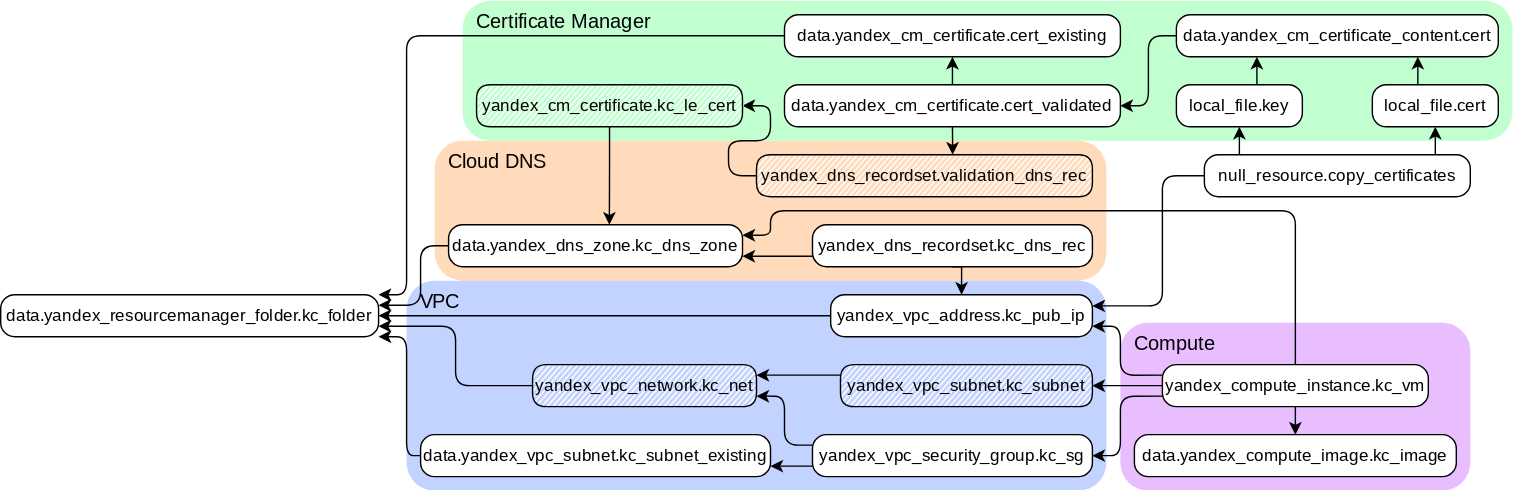
The draw.io diagram imgs/deploy.svg in maqmm/yc-coivm-federation, before a commit. Source tidied: cells renumbered, new cells last; positions are measured from the earlier drawing's top-left corner, leaving out a move shared by most shapes. Source of this version:
```xml
<mxGraphModel>
  <root>
    <mxCell id="0" />
    <mxCell id="1" parent="0" />
    <mxCell id="2" style="rounded=1;whiteSpace=wrap;html=1;strokeColor=none;fillColor=light-dark(#C147FF,#C147FF);opacity=35;arcSize=40;imageAspect=1;absoluteArcSize=1;" parent="1" vertex="1">
      <mxGeometry x="800" y="230" width="250" height="120" as="geometry" />
    </mxCell>
    <mxCell id="3" style="rounded=1;whiteSpace=wrap;html=1;strokeColor=none;fillColor=light-dark(#FF973D,#FF973D);opacity=35;absoluteArcSize=1;arcSize=40;" parent="1" vertex="1">
      <mxGeometry x="310" y="100" width="480" height="100" as="geometry" />
    </mxCell>
    <mxCell id="4" style="rounded=1;whiteSpace=wrap;html=1;strokeColor=none;fillColor=light-dark(#52FF78,#52FF78);opacity=35;fontFamily=Roboto;fontSource=https%3A%2F%2Ffonts.googleapis.com%2Fcss%3Ffamily%3DRoboto;absoluteArcSize=1;arcSize=40;" parent="1" vertex="1">
      <mxGeometry x="330" width="750" height="100" as="geometry" />
    </mxCell>
    <mxCell id="5" style="rounded=1;whiteSpace=wrap;html=1;strokeColor=none;fillColor=light-dark(#5282FF,#5282FF);opacity=35;arcSize=40;absoluteArcSize=1;" parent="1" vertex="1">
      <mxGeometry x="290" y="200" width="500" height="150" as="geometry" />
    </mxCell>
    <mxCell id="6" value="&lt;font face=&quot;Roboto&quot;&gt;data.yandex_resourcemanager_folder.kc_folder&lt;/font&gt;" style="rounded=1;whiteSpace=wrap;html=1;arcSize=20;absoluteArcSize=1;" parent="1" vertex="1">
      <mxGeometry y="210" width="270" height="30" as="geometry" />
    </mxCell>
    <mxCell id="7" value="&lt;font face=&quot;Roboto&quot;&gt;data.yandex_compute_image.kc_image&lt;/font&gt;" style="rounded=1;whiteSpace=wrap;html=1;fillColor=default;absoluteArcSize=1;arcSize=20;" parent="1" vertex="1">
      <mxGeometry x="810" y="310" width="230" height="30" as="geometry" />
    </mxCell>
    <mxCell id="8" style="edgeStyle=orthogonalEdgeStyle;rounded=1;jettySize=auto;html=1;exitX=0;exitY=0.5;exitDx=0;exitDy=0;entryX=1;entryY=0.75;entryDx=0;entryDy=0;curved=0;" parent="1" edge="1" source="9" target="6">
      <mxGeometry relative="1" as="geometry" />
    </mxCell>
    <mxCell id="9" value="&lt;font face=&quot;Roboto&quot;&gt;yandex_vpc_network.kc_net&lt;/font&gt;" style="rounded=1;whiteSpace=wrap;html=1;fillStyle=hatch;sketch=1;curveFitting=1;jiggle=0;hachureGap=3;fillWeight=1;absoluteArcSize=1;arcSize=20;" parent="1" vertex="1">
      <mxGeometry x="380" y="260" width="160" height="30" as="geometry" />
    </mxCell>
    <mxCell id="10" style="edgeStyle=orthogonalEdgeStyle;rounded=1;jettySize=auto;html=1;exitX=0;exitY=0.5;exitDx=0;exitDy=0;entryX=1;entryY=1;entryDx=0;entryDy=0;curved=0;" parent="1" edge="1" source="11" target="6">
      <mxGeometry relative="1" as="geometry">
        <Array as="points">
          <mxPoint x="290" y="325" />
          <mxPoint x="290" y="240" />
        </Array>
      </mxGeometry>
    </mxCell>
    <mxCell id="11" value="&lt;font face=&quot;Roboto&quot;&gt;data.yandex_vpc_subnet.kc_subnet_existing&lt;/font&gt;" style="rounded=1;whiteSpace=wrap;html=1;absoluteArcSize=1;arcSize=20;" parent="1" vertex="1">
      <mxGeometry x="300" y="310" width="250" height="30" as="geometry" />
    </mxCell>
    <mxCell id="12" style="edgeStyle=orthogonalEdgeStyle;rounded=1;jettySize=auto;html=1;exitX=0;exitY=0.75;exitDx=0;exitDy=0;entryX=1;entryY=0.75;entryDx=0;entryDy=0;curved=0;" parent="1" edge="1" source="14" target="11">
      <mxGeometry relative="1" as="geometry" />
    </mxCell>
    <mxCell id="13" style="edgeStyle=orthogonalEdgeStyle;rounded=1;jettySize=auto;html=1;exitX=0;exitY=0.25;exitDx=0;exitDy=0;entryX=1;entryY=0.75;entryDx=0;entryDy=0;curved=0;" parent="1" edge="1" source="14" target="9">
      <mxGeometry relative="1" as="geometry" />
    </mxCell>
    <mxCell id="14" value="&lt;font face=&quot;Roboto&quot;&gt;yandex_vpc_security_group.kc_sg&lt;/font&gt;" style="rounded=1;whiteSpace=wrap;html=1;absoluteArcSize=1;arcSize=20;" parent="1" vertex="1">
      <mxGeometry x="580" y="310" width="200" height="30" as="geometry" />
    </mxCell>
    <mxCell id="15" style="edgeStyle=orthogonalEdgeStyle;rounded=1;jettySize=auto;html=1;exitX=0;exitY=0.25;exitDx=0;exitDy=0;entryX=1;entryY=0.25;entryDx=0;entryDy=0;curved=0;" parent="1" edge="1" source="16" target="9">
      <mxGeometry relative="1" as="geometry" />
    </mxCell>
    <mxCell id="16" value="&lt;font face=&quot;Roboto&quot;&gt;yandex_vpc_subnet.kc_subnet&lt;/font&gt;" style="rounded=1;whiteSpace=wrap;html=1;fillStyle=hatch;sketch=1;curveFitting=1;jiggle=0;hachureGap=3;fillWeight=1;absoluteArcSize=1;arcSize=20;" parent="1" vertex="1">
      <mxGeometry x="600" y="260" width="180" height="30" as="geometry" />
    </mxCell>
    <mxCell id="17" style="edgeStyle=orthogonalEdgeStyle;rounded=1;jettySize=auto;html=1;exitX=0;exitY=0.5;exitDx=0;exitDy=0;entryX=1;entryY=0.5;entryDx=0;entryDy=0;curved=0;" parent="1" edge="1" source="22" target="16">
      <mxGeometry relative="1" as="geometry" />
    </mxCell>
    <mxCell id="18" style="edgeStyle=orthogonalEdgeStyle;rounded=1;jettySize=auto;html=1;exitX=0;exitY=0.75;exitDx=0;exitDy=0;entryX=1;entryY=0.5;entryDx=0;entryDy=0;curved=0;" parent="1" edge="1" source="22" target="14">
      <mxGeometry relative="1" as="geometry">
        <Array as="points">
          <mxPoint x="800" y="283" />
          <mxPoint x="800" y="325" />
        </Array>
      </mxGeometry>
    </mxCell>
    <mxCell id="19" style="edgeStyle=orthogonalEdgeStyle;rounded=0;jettySize=auto;html=1;exitX=0.5;exitY=1;exitDx=0;exitDy=0;entryX=0.5;entryY=0;entryDx=0;entryDy=0;" parent="1" edge="1" source="22" target="7">
      <mxGeometry relative="1" as="geometry" />
    </mxCell>
    <mxCell id="20" style="edgeStyle=orthogonalEdgeStyle;rounded=1;jettySize=auto;html=1;exitX=0.5;exitY=0;exitDx=0;exitDy=0;entryX=1;entryY=0.25;entryDx=0;entryDy=0;curved=0;" parent="1" edge="1" source="22" target="26">
      <mxGeometry relative="1" as="geometry">
        <Array as="points">
          <mxPoint x="925" y="150" />
          <mxPoint x="550" y="150" />
          <mxPoint x="550" y="168" />
        </Array>
      </mxGeometry>
    </mxCell>
    <mxCell id="21" style="edgeStyle=orthogonalEdgeStyle;rounded=1;jettySize=auto;html=1;exitX=0;exitY=0.25;exitDx=0;exitDy=0;entryX=1;entryY=0.75;entryDx=0;entryDy=0;curved=0;" parent="1" edge="1" source="22" target="24">
      <mxGeometry relative="1" as="geometry">
        <Array as="points">
          <mxPoint x="800" y="268" />
          <mxPoint x="800" y="233" />
        </Array>
      </mxGeometry>
    </mxCell>
    <mxCell id="22" value="&lt;font face=&quot;Roboto&quot;&gt;yandex_compute_instance.kc_vm&lt;/font&gt;" style="rounded=1;whiteSpace=wrap;html=1;absoluteArcSize=1;arcSize=20;" parent="1" vertex="1">
      <mxGeometry x="830" y="260" width="190" height="30" as="geometry" />
    </mxCell>
    <mxCell id="23" style="edgeStyle=orthogonalEdgeStyle;rounded=0;jettySize=auto;html=1;exitX=0;exitY=0.5;exitDx=0;exitDy=0;entryX=1;entryY=0.5;entryDx=0;entryDy=0;" parent="1" edge="1" source="24" target="6">
      <mxGeometry relative="1" as="geometry" />
    </mxCell>
    <mxCell id="24" value="&lt;font face=&quot;Roboto&quot;&gt;yandex_vpc_address.kc_pub_ip&lt;/font&gt;" style="rounded=1;whiteSpace=wrap;html=1;absoluteArcSize=1;arcSize=20;" parent="1" vertex="1">
      <mxGeometry x="593" y="210" width="187" height="30" as="geometry" />
    </mxCell>
    <mxCell id="25" style="edgeStyle=orthogonalEdgeStyle;rounded=1;jettySize=auto;html=1;exitX=0;exitY=0.5;exitDx=0;exitDy=0;entryX=1;entryY=0.25;entryDx=0;entryDy=0;curved=0;" parent="1" edge="1" source="26" target="6">
      <mxGeometry relative="1" as="geometry">
        <Array as="points">
          <mxPoint x="300" y="175" />
          <mxPoint x="300" y="218" />
        </Array>
      </mxGeometry>
    </mxCell>
    <mxCell id="26" value="&lt;font face=&quot;Roboto&quot;&gt;data.yandex_dns_zone.kc_dns_zone&lt;/font&gt;" style="rounded=1;whiteSpace=wrap;html=1;absoluteArcSize=1;arcSize=20;" parent="1" vertex="1">
      <mxGeometry x="320" y="160" width="210" height="30" as="geometry" />
    </mxCell>
    <mxCell id="27" style="edgeStyle=orthogonalEdgeStyle;rounded=0;jettySize=auto;html=1;exitX=0.5;exitY=1;exitDx=0;exitDy=0;entryX=0.5;entryY=0;entryDx=0;entryDy=0;" parent="1" edge="1" source="29" target="24">
      <mxGeometry relative="1" as="geometry" />
    </mxCell>
    <mxCell id="28" style="edgeStyle=orthogonalEdgeStyle;rounded=1;jettySize=auto;html=1;exitX=0;exitY=0.75;exitDx=0;exitDy=0;entryX=1;entryY=0.75;entryDx=0;entryDy=0;curved=0;" parent="1" edge="1" source="29" target="26">
      <mxGeometry relative="1" as="geometry" />
    </mxCell>
    <mxCell id="29" value="&lt;font face=&quot;Roboto&quot;&gt;yandex_dns_recordset.kc_dns_rec&lt;/font&gt;" style="rounded=1;whiteSpace=wrap;html=1;absoluteArcSize=1;arcSize=20;" parent="1" vertex="1">
      <mxGeometry x="580" y="160" width="200" height="30" as="geometry" />
    </mxCell>
    <mxCell id="30" style="edgeStyle=orthogonalEdgeStyle;rounded=0;jettySize=auto;html=1;exitX=0.25;exitY=0;exitDx=0;exitDy=0;entryX=0.5;entryY=1;entryDx=0;entryDy=0;" parent="1" edge="1" source="33" target="37">
      <mxGeometry relative="1" as="geometry" />
    </mxCell>
    <mxCell id="31" style="edgeStyle=orthogonalEdgeStyle;rounded=0;jettySize=auto;html=1;exitX=0.75;exitY=0;exitDx=0;exitDy=0;entryX=0.5;entryY=1;entryDx=0;entryDy=0;" parent="1" edge="1" source="33" target="35">
      <mxGeometry relative="1" as="geometry" />
    </mxCell>
    <mxCell id="32" style="edgeStyle=orthogonalEdgeStyle;rounded=1;jettySize=auto;html=1;exitX=0;exitY=0.5;exitDx=0;exitDy=0;entryX=1;entryY=0.25;entryDx=0;entryDy=0;curved=0;" parent="1" edge="1" source="33" target="24">
      <mxGeometry relative="1" as="geometry">
        <Array as="points">
          <mxPoint x="830" y="125" />
          <mxPoint x="830" y="218" />
          <mxPoint x="780" y="218" />
        </Array>
      </mxGeometry>
    </mxCell>
    <mxCell id="33" value="&lt;font face=&quot;Roboto&quot;&gt;null_resource.copy_certificates&lt;/font&gt;" style="rounded=1;whiteSpace=wrap;html=1;absoluteArcSize=1;arcSize=20;" parent="1" vertex="1">
      <mxGeometry x="860" y="110" width="190" height="30" as="geometry" />
    </mxCell>
    <mxCell id="34" style="edgeStyle=orthogonalEdgeStyle;rounded=0;jettySize=auto;html=1;exitX=0.5;exitY=0;exitDx=0;exitDy=0;entryX=0.75;entryY=1;entryDx=0;entryDy=0;" parent="1" edge="1" source="35" target="39">
      <mxGeometry relative="1" as="geometry" />
    </mxCell>
    <mxCell id="35" value="&lt;font face=&quot;Roboto&quot;&gt;local_file.cert&lt;/font&gt;" style="rounded=1;whiteSpace=wrap;html=1;absoluteArcSize=1;arcSize=20;" parent="1" vertex="1">
      <mxGeometry x="980" y="60" width="90" height="30" as="geometry" />
    </mxCell>
    <mxCell id="36" style="edgeStyle=orthogonalEdgeStyle;rounded=0;jettySize=auto;html=1;exitX=0.5;exitY=0;exitDx=0;exitDy=0;entryX=0.25;entryY=1;entryDx=0;entryDy=0;" parent="1" edge="1" source="37" target="39">
      <mxGeometry relative="1" as="geometry" />
    </mxCell>
    <mxCell id="37" value="&lt;font face=&quot;Roboto&quot;&gt;local_file.key&lt;/font&gt;" style="rounded=1;whiteSpace=wrap;html=1;absoluteArcSize=1;arcSize=20;" parent="1" vertex="1">
      <mxGeometry x="840" y="60" width="90" height="30" as="geometry" />
    </mxCell>
    <mxCell id="38" style="edgeStyle=orthogonalEdgeStyle;rounded=1;jettySize=auto;html=1;exitX=0;exitY=0.5;exitDx=0;exitDy=0;entryX=1;entryY=0.5;entryDx=0;entryDy=0;curved=0;" parent="1" edge="1" source="39" target="41">
      <mxGeometry relative="1" as="geometry" />
    </mxCell>
    <mxCell id="39" value="&lt;font face=&quot;Roboto&quot;&gt;data.yandex_cm_certificate_content.cert&lt;/font&gt;" style="rounded=1;whiteSpace=wrap;html=1;absoluteArcSize=1;arcSize=20;" parent="1" vertex="1">
      <mxGeometry x="840" y="10" width="230" height="30" as="geometry" />
    </mxCell>
    <mxCell id="40" style="edgeStyle=orthogonalEdgeStyle;rounded=0;jettySize=auto;html=1;exitX=0.5;exitY=0;exitDx=0;exitDy=0;entryX=0.5;entryY=1;entryDx=0;entryDy=0;" parent="1" edge="1" source="41" target="46">
      <mxGeometry relative="1" as="geometry" />
    </mxCell>
    <mxCell id="41" value="&lt;font face=&quot;Roboto&quot;&gt;data.yandex_cm_certificate.cert_validated&lt;/font&gt;" style="rounded=1;whiteSpace=wrap;html=1;absoluteArcSize=1;arcSize=20;" parent="1" vertex="1">
      <mxGeometry x="560" y="60" width="240" height="30" as="geometry" />
    </mxCell>
    <mxCell id="42" style="edgeStyle=orthogonalEdgeStyle;rounded=1;jettySize=auto;html=1;exitX=0;exitY=0.5;exitDx=0;exitDy=0;entryX=1;entryY=0.5;entryDx=0;entryDy=0;curved=0;" parent="1" edge="1" source="43" target="44">
      <mxGeometry relative="1" as="geometry">
        <Array as="points">
          <mxPoint x="520" y="125" />
          <mxPoint x="520" y="100" />
          <mxPoint x="550" y="100" />
          <mxPoint x="550" y="75" />
        </Array>
      </mxGeometry>
    </mxCell>
    <mxCell id="43" value="&lt;font face=&quot;Roboto&quot;&gt;yandex_dns_recordset.validation_dns_rec&lt;/font&gt;" style="rounded=1;whiteSpace=wrap;html=1;fillStyle=hatch;sketch=1;curveFitting=1;jiggle=0;hachureGap=3;fillWeight=1;absoluteArcSize=1;arcSize=20;" parent="1" vertex="1">
      <mxGeometry x="540" y="110" width="240" height="30" as="geometry" />
    </mxCell>
    <mxCell id="44" value="&lt;font face=&quot;Roboto&quot;&gt;yandex_cm_certificate.kc_le_cert&lt;/font&gt;" style="rounded=1;whiteSpace=wrap;html=1;gradientColor=none;fillStyle=hatch;absoluteArcSize=1;fixDash=0;shadow=0;hachureGap=3;sketch=1;curveFitting=1;jiggle=0;fillWeight=1;arcSize=20;" parent="1" vertex="1">
      <mxGeometry x="340" y="60" width="190" height="30" as="geometry" />
    </mxCell>
    <mxCell id="45" style="edgeStyle=orthogonalEdgeStyle;rounded=1;jettySize=auto;html=1;exitX=0;exitY=0.5;exitDx=0;exitDy=0;entryX=1;entryY=0;entryDx=0;entryDy=0;curved=0;" parent="1" edge="1" source="46" target="6">
      <mxGeometry relative="1" as="geometry">
        <Array as="points">
          <mxPoint x="290" y="25" />
          <mxPoint x="290" y="210" />
        </Array>
      </mxGeometry>
    </mxCell>
    <mxCell id="46" value="&lt;font face=&quot;Roboto&quot;&gt;data.yandex_cm_certificate.cert_existing&lt;/font&gt;" style="rounded=1;whiteSpace=wrap;html=1;absoluteArcSize=1;arcSize=20;" parent="1" vertex="1">
      <mxGeometry x="560" y="10" width="240" height="30" as="geometry" />
    </mxCell>
    <mxCell id="47" value="&lt;font face=&quot;Roboto&quot; style=&quot;font-size: 14px;&quot;&gt;Certificate Manager&lt;/font&gt;" style="text;html=1;align=left;verticalAlign=middle;whiteSpace=wrap;rounded=0;fontFamily=Roboto;fontSource=https%3A%2F%2Ffonts.googleapis.com%2Fcss%3Ffamily%3DRoboto;spacingLeft=8;" parent="1" vertex="1">
      <mxGeometry x="330" width="150" height="30" as="geometry" />
    </mxCell>
    <mxCell id="48" value="&lt;font face=&quot;Roboto&quot; style=&quot;font-size: 14px;&quot;&gt;Cloud DNS&lt;/font&gt;" style="text;html=1;align=left;verticalAlign=middle;whiteSpace=wrap;rounded=0;fontFamily=Roboto;fontSource=https%3A%2F%2Ffonts.googleapis.com%2Fcss%3Ffamily%3DRoboto;spacingLeft=8;" parent="1" vertex="1">
      <mxGeometry x="310" y="100" width="90" height="30" as="geometry" />
    </mxCell>
    <mxCell id="49" value="&lt;font face=&quot;Roboto&quot; style=&quot;font-size: 14px;&quot;&gt;VPC&lt;/font&gt;" style="text;html=1;align=left;verticalAlign=middle;whiteSpace=wrap;rounded=0;fontFamily=Roboto;fontSource=https%3A%2F%2Ffonts.googleapis.com%2Fcss%3Ffamily%3DRoboto;spacingLeft=8;" parent="1" vertex="1">
      <mxGeometry x="290" y="200" width="60" height="30" as="geometry" />
    </mxCell>
    <mxCell id="50" style="edgeStyle=orthogonalEdgeStyle;rounded=1;jettySize=auto;html=1;exitX=0.5;exitY=1;exitDx=0;exitDy=0;entryX=0.547;entryY=0;entryDx=0;entryDy=0;entryPerimeter=0;curved=0;" parent="1" edge="1" source="44" target="26">
      <mxGeometry relative="1" as="geometry" />
    </mxCell>
    <mxCell id="51" style="edgeStyle=orthogonalEdgeStyle;rounded=0;jettySize=auto;html=1;exitX=0.5;exitY=1;exitDx=0;exitDy=0;entryX=0.584;entryY=0;entryDx=0;entryDy=0;entryPerimeter=0;" parent="1" edge="1" source="41" target="43">
      <mxGeometry relative="1" as="geometry" />
    </mxCell>
    <mxCell id="52" value="&lt;font face=&quot;Roboto&quot; style=&quot;font-size: 14px;&quot;&gt;Compute&lt;/font&gt;" style="text;html=1;align=left;verticalAlign=middle;whiteSpace=wrap;rounded=0;fontFamily=Roboto;fontSource=https%3A%2F%2Ffonts.googleapis.com%2Fcss%3Ffamily%3DRoboto;spacingLeft=8;" parent="1" vertex="1">
      <mxGeometry x="800" y="230" width="80" height="30" as="geometry" />
    </mxCell>
  </root>
</mxGraphModel>
```
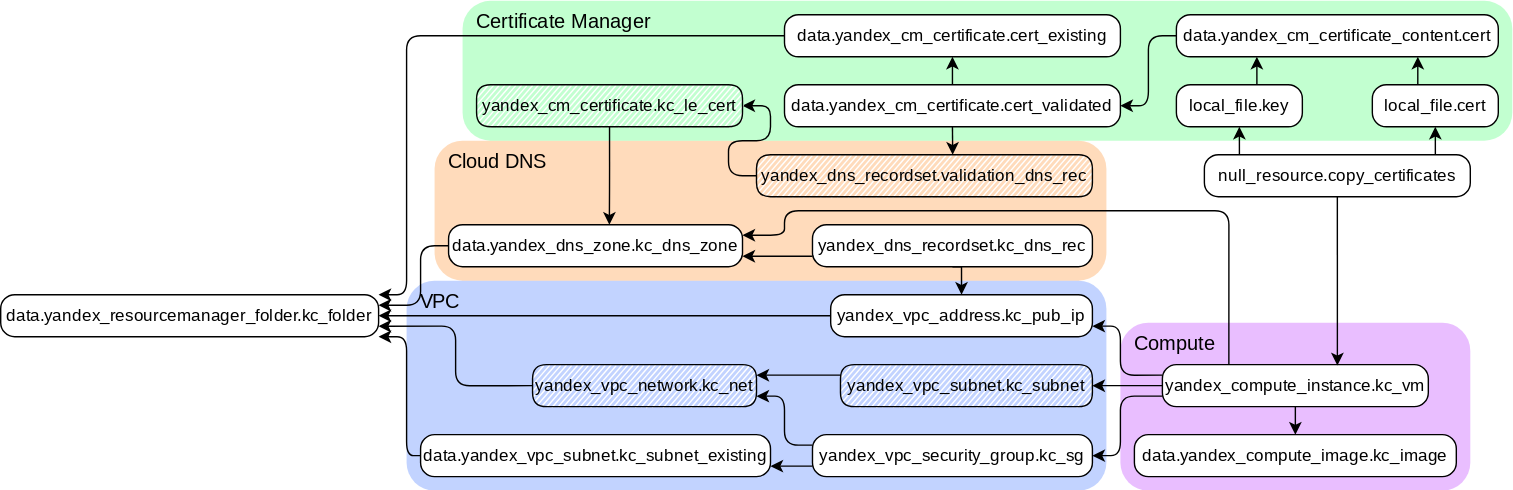
The same file after the commit.

Commit message:
update dependency graph

Change to the diagram source:
```diff
@@ -66,23 +66,23 @@
     <mxCell id="19" style="edgeStyle=orthogonalEdgeStyle;rounded=0;jettySize=auto;html=1;exitX=0.5;exitY=1;exitDx=0;exitDy=0;entryX=0.5;entryY=0;entryDx=0;entryDy=0;" parent="1" edge="1" source="22" target="7">
       <mxGeometry relative="1" as="geometry" />
     </mxCell>
+    <mxCell id="21" style="edgeStyle=orthogonalEdgeStyle;rounded=1;jettySize=auto;html=1;exitX=0;exitY=0.25;exitDx=0;exitDy=0;entryX=1;entryY=0.75;entryDx=0;entryDy=0;curved=0;" parent="1" edge="1" source="22" target="24">
+      <mxGeometry relative="1" as="geometry">
+        <Array as="points">
+          <mxPoint x="800" y="268" />
+          <mxPoint x="800" y="233" />
+        </Array>
+      </mxGeometry>
+    </mxCell>
-    <mxCell id="20" style="edgeStyle=orthogonalEdgeStyle;rounded=1;jettySize=auto;html=1;exitX=0.5;exitY=0;exitDx=0;exitDy=0;entryX=1;entryY=0.25;entryDx=0;entryDy=0;curved=0;" parent="1" edge="1" source="22" target="26">
+    <mxCell id="20" style="edgeStyle=orthogonalEdgeStyle;rounded=1;jettySize=auto;html=1;exitX=0.25;exitY=0;exitDx=0;exitDy=0;entryX=1;entryY=0.25;entryDx=0;entryDy=0;curved=0;" parent="1" edge="1" source="22" target="26">
       <mxGeometry relative="1" as="geometry">
         <Array as="points">
-          <mxPoint x="925" y="150" />
-          <mxPoint x="550" y="150" />
-          <mxPoint x="550" y="168" />
+          <mxPoint x="878" y="150" />
+          <mxPoint x="560" y="150" />
+          <mxPoint x="560" y="168" />
         </Array>
       </mxGeometry>
     </mxCell>
-    <mxCell id="21" style="edgeStyle=orthogonalEdgeStyle;rounded=1;jettySize=auto;html=1;exitX=0;exitY=0.25;exitDx=0;exitDy=0;entryX=1;entryY=0.75;entryDx=0;entryDy=0;curved=0;" parent="1" edge="1" source="22" target="24">
-      <mxGeometry relative="1" as="geometry">
-        <Array as="points">
-          <mxPoint x="800" y="268" />
-          <mxPoint x="800" y="233" />
-        </Array>
-      </mxGeometry>
-    </mxCell>
     <mxCell id="22" value="&lt;font face=&quot;Roboto&quot;&gt;yandex_compute_instance.kc_vm&lt;/font&gt;" style="rounded=1;whiteSpace=wrap;html=1;absoluteArcSize=1;arcSize=20;" parent="1" vertex="1">
       <mxGeometry x="830" y="260" width="190" height="30" as="geometry" />
     </mxCell>
@@ -118,15 +118,6 @@
     <mxCell id="31" style="edgeStyle=orthogonalEdgeStyle;rounded=0;jettySize=auto;html=1;exitX=0.75;exitY=0;exitDx=0;exitDy=0;entryX=0.5;entryY=1;entryDx=0;entryDy=0;" parent="1" edge="1" source="33" target="35">
       <mxGeometry relative="1" as="geometry" />
     </mxCell>
-    <mxCell id="32" style="edgeStyle=orthogonalEdgeStyle;rounded=1;jettySize=auto;html=1;exitX=0;exitY=0.5;exitDx=0;exitDy=0;entryX=1;entryY=0.25;entryDx=0;entryDy=0;curved=0;" parent="1" edge="1" source="33" target="24">
-      <mxGeometry relative="1" as="geometry">
-        <Array as="points">
-          <mxPoint x="830" y="125" />
-          <mxPoint x="830" y="218" />
-          <mxPoint x="780" y="218" />
-        </Array>
-      </mxGeometry>
-    </mxCell>
     <mxCell id="33" value="&lt;font face=&quot;Roboto&quot;&gt;null_resource.copy_certificates&lt;/font&gt;" style="rounded=1;whiteSpace=wrap;html=1;absoluteArcSize=1;arcSize=20;" parent="1" vertex="1">
       <mxGeometry x="860" y="110" width="190" height="30" as="geometry" />
     </mxCell>
@@ -199,5 +190,8 @@
     <mxCell id="52" value="&lt;font face=&quot;Roboto&quot; style=&quot;font-size: 14px;&quot;&gt;Compute&lt;/font&gt;" style="text;html=1;align=left;verticalAlign=middle;whiteSpace=wrap;rounded=0;fontFamily=Roboto;fontSource=https%3A%2F%2Ffonts.googleapis.com%2Fcss%3Ffamily%3DRoboto;spacingLeft=8;" parent="1" vertex="1">
       <mxGeometry x="800" y="230" width="80" height="30" as="geometry" />
     </mxCell>
+    <mxCell id="53" style="edgeStyle=orthogonalEdgeStyle;rounded=1;jettySize=auto;html=1;exitX=0.5;exitY=1;exitDx=0;exitDy=0;entryX=0.658;entryY=0.017;entryDx=0;entryDy=0;entryPerimeter=0;curved=0;" parent="1" edge="1" source="33" target="22">
+      <mxGeometry relative="1" as="geometry" />
+    </mxCell>
   </root>
 </mxGraphModel>
```
